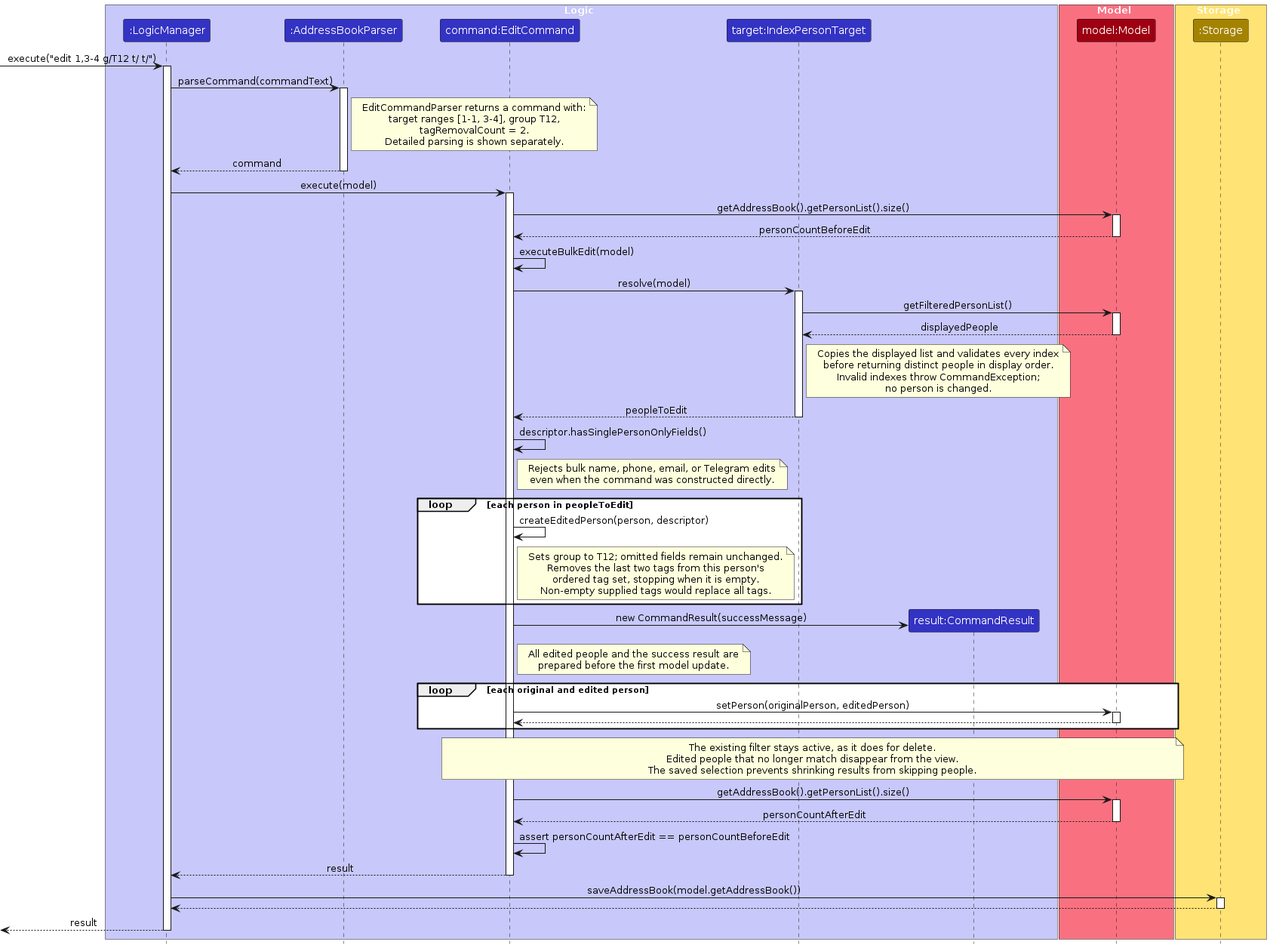
AY2627S1-CS2103T-T11-2/tp keeps this PlantUML diagram as diagrams/EditSequenceDiagram.png. Above is the earlier version. Its source is kept beside it as diagrams/EditSequenceDiagram.puml. Source of this version:
```plantuml
@startuml
!include style.puml
skinparam ArrowFontStyle plain

box Logic LOGIC_COLOR_T1
participant ":LogicManager" as LogicManager LOGIC_COLOR
participant ":AddressBookParser" as AddressBookParser LOGIC_COLOR
participant "command:EditCommand" as EditCommand LOGIC_COLOR
participant "target:IndexPersonTarget" as IndexPersonTarget LOGIC_COLOR
participant "result:CommandResult" as CommandResult LOGIC_COLOR
end box

box Model MODEL_COLOR_T1
participant "model:Model" as Model MODEL_COLOR
end box

box Storage STORAGE_COLOR_T1
participant ":Storage" as Storage STORAGE_COLOR
end box

[-> LogicManager : execute("edit 1,3-4 g/T12 t/ t/")
activate LogicManager
LogicManager -> AddressBookParser ++: parseCommand(commandText)
note right of AddressBookParser
  EditCommandParser returns a command with:
  target ranges [1-1, 3-4], group T12,
  tagRemovalCount = 2.
  Detailed parsing is shown separately.
end note
AddressBookParser --> LogicManager --: command

LogicManager -> EditCommand ++: execute(model)
EditCommand -> Model ++: getAddressBook().getPersonList().size()
Model --> EditCommand --: personCountBeforeEdit
EditCommand -> EditCommand : executeBulkEdit(model)
EditCommand -> IndexPersonTarget ++: resolve(model)
IndexPersonTarget -> Model ++: getFilteredPersonList()
Model --> IndexPersonTarget --: displayedPeople
note right of IndexPersonTarget
  Copies the displayed list and validates every index
  before returning distinct people in display order.
  Invalid indexes throw CommandException;
  no person is changed.
end note
IndexPersonTarget --> EditCommand --: peopleToEdit

EditCommand -> EditCommand : descriptor.hasSinglePersonOnlyFields()
note right of EditCommand
  Rejects bulk name, phone, email, or Telegram edits
  even when the command was constructed directly.
end note

loop each person in peopleToEdit
    EditCommand -> EditCommand : createEditedPerson(person, descriptor)
    note right of EditCommand
      Sets group to T12; omitted fields remain unchanged.
      Removes the last two tags from this person's
      ordered tag set, stopping when it is empty.
      Non-empty supplied tags would replace all tags.
    end note
end

create CommandResult
EditCommand -> CommandResult : new CommandResult(successMessage)
note right of EditCommand
  All edited people and the success result are
  prepared before the first model update.
end note

loop each original and edited person
    EditCommand -> Model ++: setPerson(originalPerson, editedPerson)
    Model --> EditCommand --
end

note over EditCommand, Model
  The existing filter stays active, as it does for delete.
  Edited people that no longer match disappear from the view.
  The saved selection prevents shrinking results from skipping people.
end note

EditCommand -> Model ++: getAddressBook().getPersonList().size()
Model --> EditCommand --: personCountAfterEdit
EditCommand -> EditCommand : assert personCountAfterEdit == personCountBeforeEdit
EditCommand --> LogicManager --: result

LogicManager -> Storage ++: saveAddressBook(model.getAddressBook())
Storage --> LogicManager --
[<-- LogicManager : result
deactivate LogicManager
@enduml
```
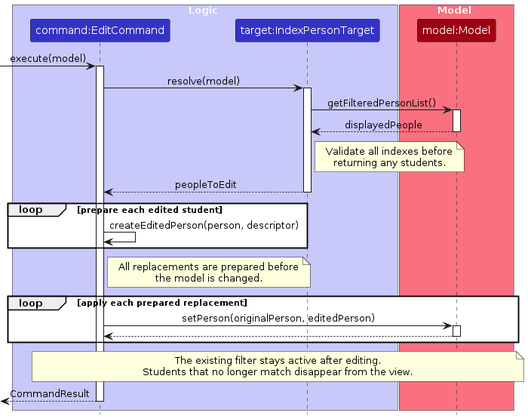
Above is the later version.

Diff of the diagram source:
```diff
@@ -1,90 +1,45 @@
 @startuml
 !include style.puml
 skinparam ArrowFontStyle plain
+hide footbox
 
 box Logic LOGIC_COLOR_T1
-participant ":LogicManager" as LogicManager LOGIC_COLOR
-participant ":AddressBookParser" as AddressBookParser LOGIC_COLOR
 participant "command:EditCommand" as EditCommand LOGIC_COLOR
 participant "target:IndexPersonTarget" as IndexPersonTarget LOGIC_COLOR
-participant "result:CommandResult" as CommandResult LOGIC_COLOR
 end box
 
 box Model MODEL_COLOR_T1
 participant "model:Model" as Model MODEL_COLOR
 end box
 
-box Storage STORAGE_COLOR_T1
-participant ":Storage" as Storage STORAGE_COLOR
-end box
-
-[-> LogicManager : execute("edit 1,3-4 g/T12 t/ t/")
-activate LogicManager
-LogicManager -> AddressBookParser ++: parseCommand(commandText)
-note right of AddressBookParser
-  EditCommandParser returns a command with:
-  target ranges [1-1, 3-4], group T12,
-  tagRemovalCount = 2.
-  Detailed parsing is shown separately.
-end note
-AddressBookParser --> LogicManager --: command
-
-LogicManager -> EditCommand ++: execute(model)
-EditCommand -> Model ++: getAddressBook().getPersonList().size()
-Model --> EditCommand --: personCountBeforeEdit
-EditCommand -> EditCommand : executeBulkEdit(model)
+[-> EditCommand ++: execute(model)
 EditCommand -> IndexPersonTarget ++: resolve(model)
 IndexPersonTarget -> Model ++: getFilteredPersonList()
 Model --> IndexPersonTarget --: displayedPeople
 note right of IndexPersonTarget
-  Copies the displayed list and validates every index
-  before returning distinct people in display order.
-  Invalid indexes throw CommandException;
-  no person is changed.
+  Validate all indexes before
+  returning any students.
 end note
 IndexPersonTarget --> EditCommand --: peopleToEdit
 
-EditCommand -> EditCommand : descriptor.hasSinglePersonOnlyFields()
+loop prepare each edited student
+    EditCommand -> EditCommand : createEditedPerson(person, descriptor)
+end
+
 note right of EditCommand
-  Rejects bulk name, phone, email, or Telegram edits
-  even when the command was constructed directly.
+  All replacements are prepared before
+  the model is changed.
 end note
 
-loop each person in peopleToEdit
-    EditCommand -> EditCommand : createEditedPerson(person, descriptor)
-    note right of EditCommand
-      Sets group to T12; omitted fields remain unchanged.
-      Removes the last two tags from this person's
-      ordered tag set, stopping when it is empty.
-      Non-empty supplied tags would replace all tags.
-    end note
-end
-
-create CommandResult
-EditCommand -> CommandResult : new CommandResult(successMessage)
-note right of EditCommand
-  All edited people and the success result are
-  prepared before the first model update.
-end note
-
-loop each original and edited person
+loop apply each prepared replacement
     EditCommand -> Model ++: setPerson(originalPerson, editedPerson)
     Model --> EditCommand --
 end
 
 note over EditCommand, Model
-  The existing filter stays active, as it does for delete.
-  Edited people that no longer match disappear from the view.
-  The saved selection prevents shrinking results from skipping people.
+  The existing filter stays active after editing.
+  Students that no longer match disappear from the view.
 end note
 
-EditCommand -> Model ++: getAddressBook().getPersonList().size()
-Model --> EditCommand --: personCountAfterEdit
-EditCommand -> EditCommand : assert personCountAfterEdit == personCountBeforeEdit
-EditCommand --> LogicManager --: result
-
-LogicManager -> Storage ++: saveAddressBook(model.getAddressBook())
-Storage --> LogicManager --
-[<-- LogicManager : result
-deactivate LogicManager
+[<-- EditCommand --: CommandResult
 @enduml
```
